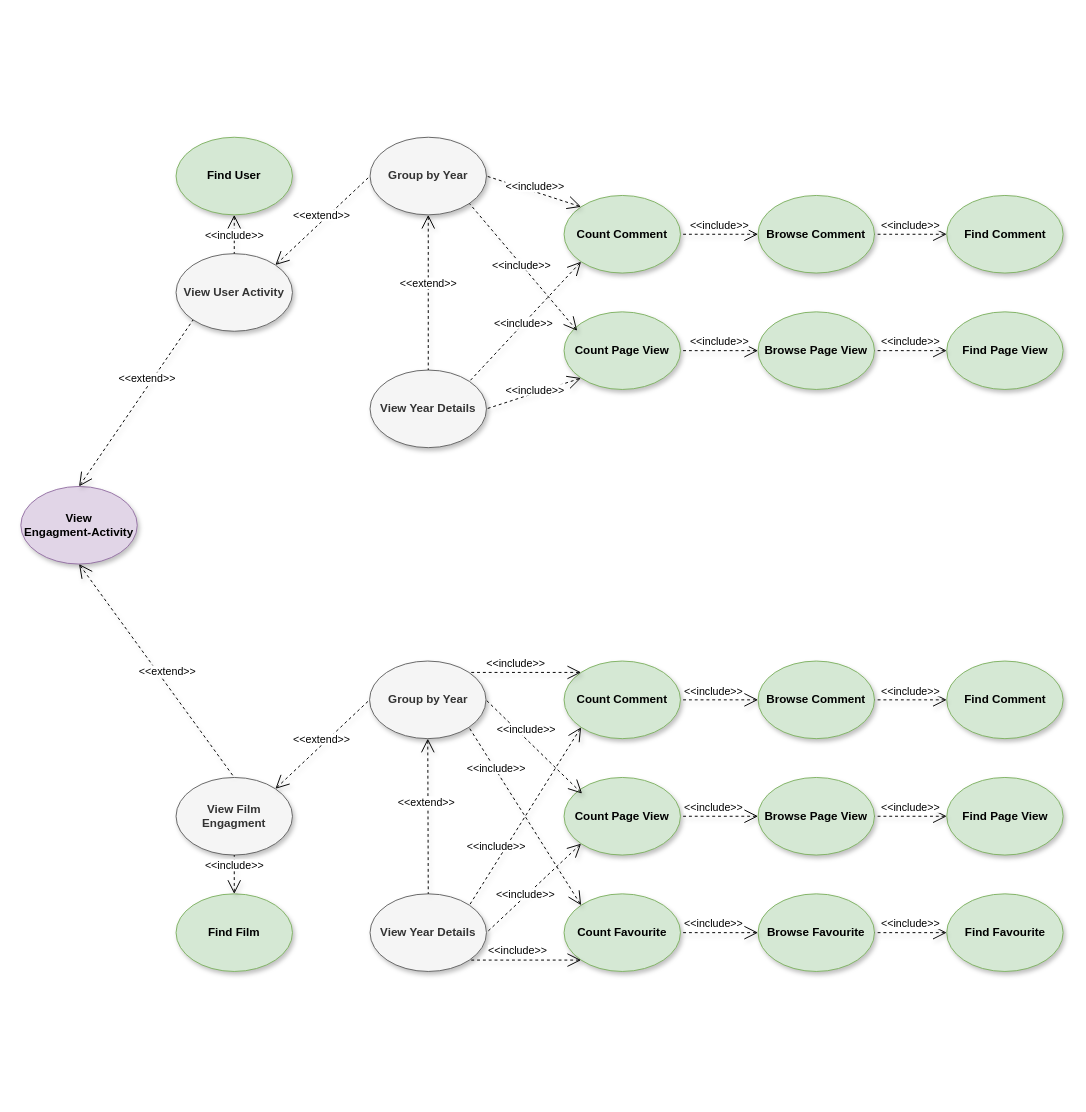
Above: Task2/Documentation/Diagrams/Use Case - EngagmentConCount.drawio in unipi-fr/LargeScaleMultiStructureDatabases (draw.io), before the change. Source tidied: cells renumbered, new cells numbered last; positions are measured from the earlier drawing's top-left corner, leaving out a move shared by most shapes. Both pictures are drawn from the tidied source at 97%, with x=0, y=0 at pixel (20, 137).
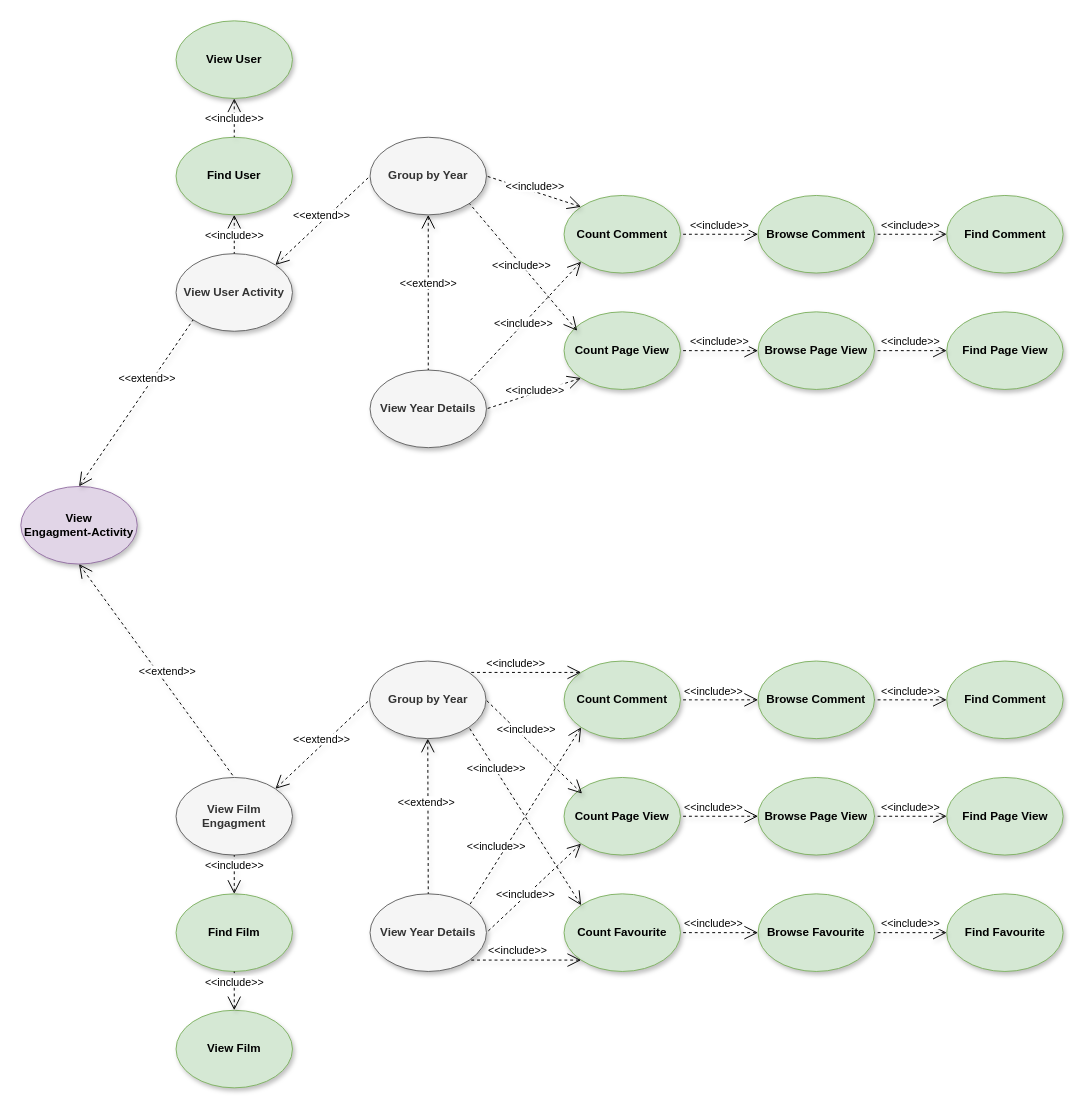
After the change.

The change refers to these unchanged cells:
```xml
<mxCell id="4" value="Find Film" style="ellipse;whiteSpace=wrap;html=1;fontStyle=1;fillColor=#d5e8d4;strokeColor=#82b366;shadow=1;" parent="1" vertex="1">
  <mxGeometry x="160" y="780" width="120" height="80" as="geometry" />
</mxCell>
<mxCell id="11" value="Find User" style="ellipse;whiteSpace=wrap;html=1;fontStyle=1;fillColor=#d5e8d4;strokeColor=#82b366;shadow=1;" parent="1" vertex="1">
  <mxGeometry x="160" width="120" height="80" as="geometry" />
</mxCell>
```

What changed in the source:
```diff
@@
+    <mxCell id="54" value="View User" style="ellipse;whiteSpace=wrap;html=1;fontStyle=1;fillColor=#d5e8d4;strokeColor=#82b366;shadow=1;" parent="1" vertex="1">
+      <mxGeometry x="160" y="-120" width="120" height="80" as="geometry" />
+    </mxCell>
+    <mxCell id="55" value="&lt;span style=&quot;background-color: rgb(255 , 255 , 255)&quot;&gt;&amp;lt;&amp;lt;include&amp;gt;&amp;gt;&lt;/span&gt;" style="edgeStyle=none;html=1;startArrow=open;endArrow=none;startSize=12;verticalAlign=bottom;dashed=1;labelBackgroundColor=none;shadow=1;exitX=0.5;exitY=1;exitDx=0;exitDy=0;entryX=0.5;entryY=0;entryDx=0;entryDy=0;" parent="1" edge="1" source="54" target="11">
+      <mxGeometry x="0.5" relative="1" as="geometry" />
+    </mxCell>
+    <mxCell id="56" value="View Film" style="ellipse;whiteSpace=wrap;html=1;fontStyle=1;fillColor=#d5e8d4;strokeColor=#82b366;shadow=1;" parent="1" vertex="1">
+      <mxGeometry x="160" y="900" width="120" height="80" as="geometry" />
+    </mxCell>
+    <mxCell id="57" value="&lt;span style=&quot;background-color: rgb(255 , 255 , 255)&quot;&gt;&amp;lt;&amp;lt;include&amp;gt;&amp;gt;&lt;/span&gt;" style="edgeStyle=none;html=1;startArrow=open;endArrow=none;startSize=12;verticalAlign=bottom;dashed=1;labelBackgroundColor=none;entryX=0.5;entryY=1;entryDx=0;entryDy=0;shadow=1;exitX=0.5;exitY=0;exitDx=0;exitDy=0;" parent="1" edge="1" source="56" target="4">
+      <mxGeometry relative="1" as="geometry" />
+    </mxCell>
```
